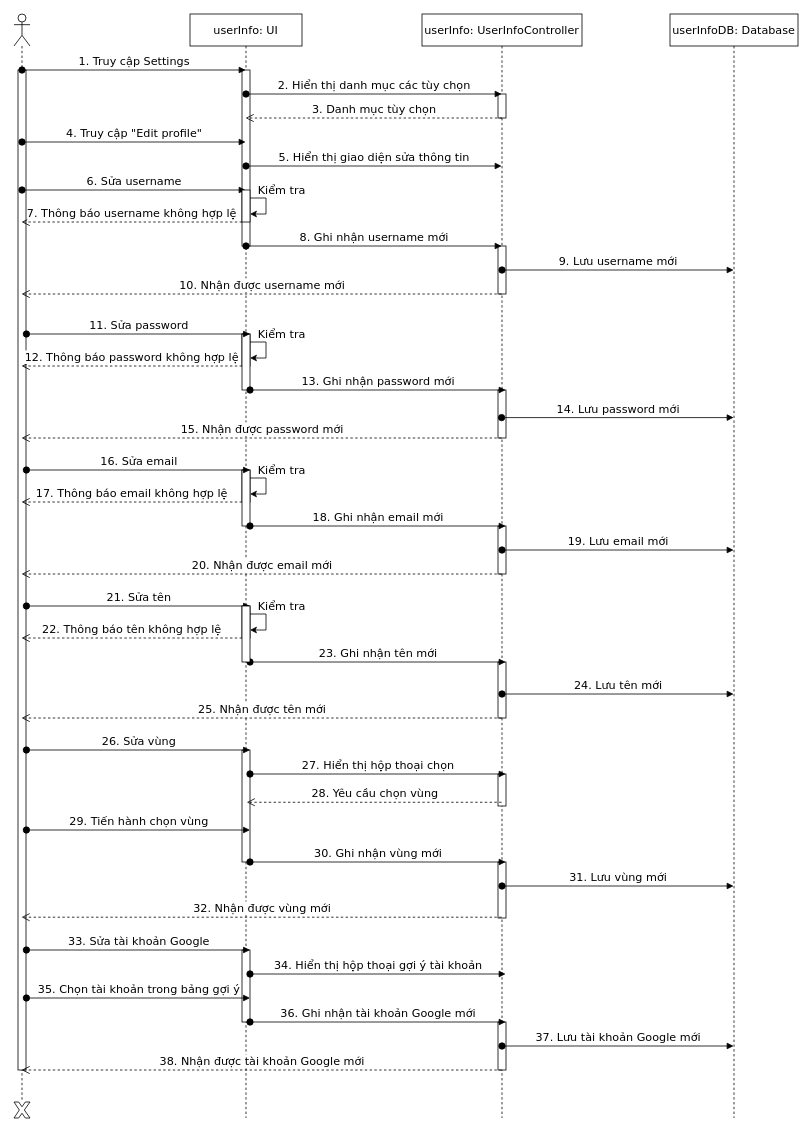
Before: ToDoApp-Doc/Document/Diagram/Sequence Diagram/ManageUserInfo/UserInfoManagement_SequenceDiagram.drawio in Merevoli-DatLuu/To-Do-App, a draw.io diagram. Source tidied: cells renumbered, new cells numbered last; positions are measured from the earlier drawing's top-left corner, leaving out a move shared by most shapes. Both pictures are drawn from the tidied source at 80%, with x=0, y=0 at pixel (14, 14).
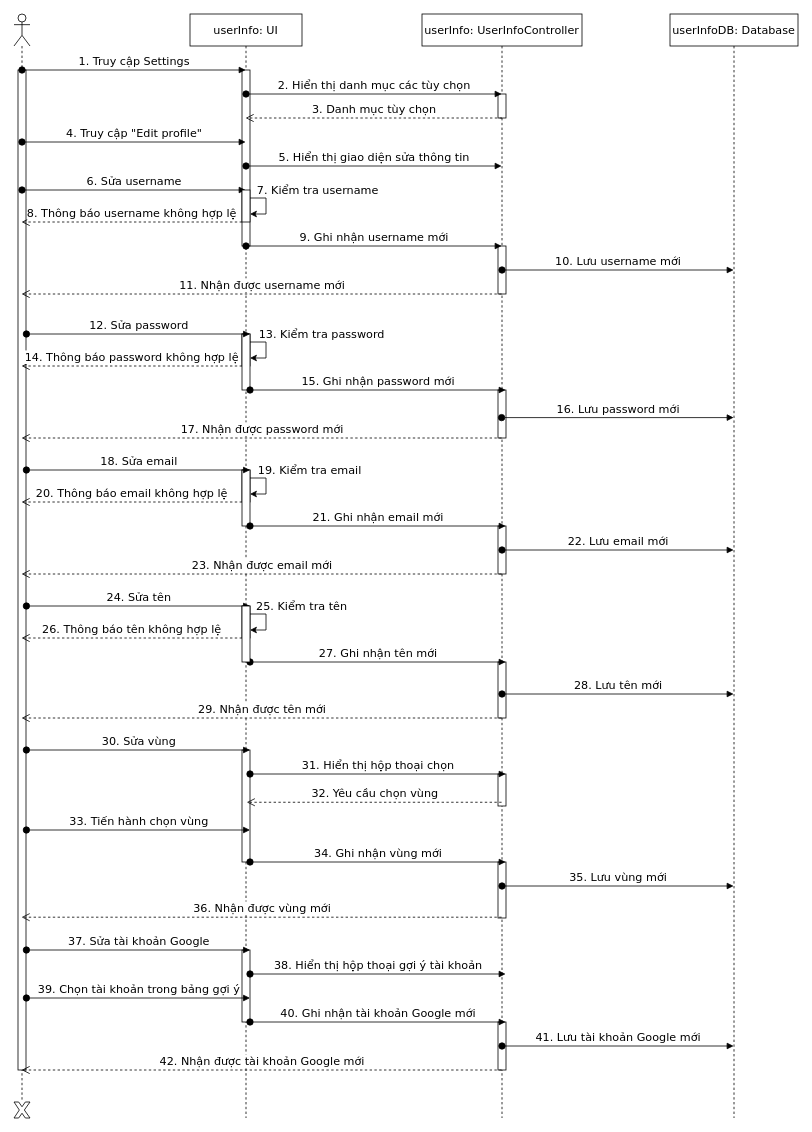
The same page after the edit.

Commit message (it also covers changes not shown here):
[Modified]: ManageUserInfo Sequence diagram

Unchanged cells that the change refers to:
```xml
<mxCell id="2" style="shape=umlLifeline;participant=umlActor;perimeter=lifelinePerimeter;whiteSpace=wrap;html=1;verticalAlign=top;spacingTop=36;outlineConnect=0;fontFamily=Verdana;fontSize=14;" parent="1" vertex="1">
  <mxGeometry width="20" height="1360" as="geometry" />
</mxCell>
<mxCell id="4" value="userInfo: UI" style="shape=umlLifeline;perimeter=lifelinePerimeter;whiteSpace=wrap;html=1;outlineConnect=0;fontFamily=Verdana;fontSize=14;" parent="1" vertex="1">
  <mxGeometry x="220" width="140" height="1380" as="geometry" />
</mxCell>
<mxCell id="16" value="userInfo: UserInfoController" style="shape=umlLifeline;perimeter=lifelinePerimeter;whiteSpace=wrap;html=1;outlineConnect=0;fontFamily=Verdana;fontSize=14;" parent="1" vertex="1">
  <mxGeometry x="510" width="200" height="1380" as="geometry" />
</mxCell>
<mxCell id="25" value="userInfoDB: Database" style="shape=umlLifeline;perimeter=lifelinePerimeter;whiteSpace=wrap;html=1;outlineConnect=0;fontFamily=Verdana;fontSize=14;" parent="1" vertex="1">
  <mxGeometry x="820" width="160" height="1380" as="geometry" />
</mxCell>
```

Change to the diagram source:
```diff
@@
-    <mxCell id="34" value="Kiểm tra" style="text;html=1;strokeColor=none;fillColor=none;align=center;verticalAlign=middle;whiteSpace=wrap;rounded=0;fontFamily=Verdana;fontSize=14;" parent="1" vertex="1">
-      <mxGeometry x="300" y="210" width="70" height="20" as="geometry" />
+    <mxCell id="34" value="7. Kiểm tra username" style="text;html=1;strokeColor=none;fillColor=none;align=center;verticalAlign=middle;whiteSpace=wrap;rounded=0;fontFamily=Verdana;fontSize=14;" parent="1" vertex="1">
+      <mxGeometry x="300" y="210" width="160" height="20" as="geometry" />
     </mxCell>
-    <mxCell id="35" value="7. Thông báo username không hợp lệ" style="html=1;verticalAlign=bottom;endArrow=open;dashed=1;endSize=8;fontFamily=Verdana;fontSize=14;" parent="1" edge="1" target="2">
+    <mxCell id="35" value="8. Thông báo username không hợp lệ" style="html=1;verticalAlign=bottom;endArrow=open;dashed=1;endSize=8;fontFamily=Verdana;fontSize=14;" parent="1" edge="1" target="2">
       <mxGeometry relative="1" as="geometry">
         <mxPoint x="285" y="260" as="sourcePoint" />
       </mxGeometry>
     </mxCell>
-    <mxCell id="36" value="8. Ghi nhận username mới" style="html=1;verticalAlign=bottom;startArrow=oval;startFill=1;endArrow=block;startSize=8;fontFamily=Verdana;fontSize=14;" parent="1" edge="1">
+    <mxCell id="36" value="9. Ghi nhận username mới" style="html=1;verticalAlign=bottom;startArrow=oval;startFill=1;endArrow=block;startSize=8;fontFamily=Verdana;fontSize=14;" parent="1" edge="1">
       <mxGeometry relative="1" as="geometry">
         <mxPoint x="290" y="290" as="sourcePoint" />
         <mxPoint x="609.5" y="290" as="targetPoint" />
       </mxGeometry>
     </mxCell>
-    <mxCell id="37" value="9. Lưu username mới" style="html=1;verticalAlign=bottom;startArrow=oval;startFill=1;endArrow=block;startSize=8;fontFamily=Verdana;fontSize=14;" parent="1" edge="1" target="25">
+    <mxCell id="37" value="10. Lưu username mới" style="html=1;verticalAlign=bottom;startArrow=oval;startFill=1;endArrow=block;startSize=8;fontFamily=Verdana;fontSize=14;" parent="1" edge="1" target="25">
       <mxGeometry relative="1" as="geometry">
         <mxPoint x="610" y="320" as="sourcePoint" />
       </mxGeometry>
     </mxCell>
-    <mxCell id="38" value="10. Nhận được username mới" style="html=1;verticalAlign=bottom;endArrow=open;dashed=1;endSize=8;fontFamily=Verdana;fontSize=14;" parent="1" edge="1" source="16">
+    <mxCell id="38" value="11. Nhận được username mới" style="html=1;verticalAlign=bottom;endArrow=open;dashed=1;endSize=8;fontFamily=Verdana;fontSize=14;" parent="1" edge="1" source="16">
       <mxGeometry relative="1" as="geometry">
         <mxPoint x="9.5" y="350" as="targetPoint" />
       </mxGeometry>
     </mxCell>
-    <mxCell id="39" value="11. Sửa password" style="html=1;verticalAlign=bottom;startArrow=oval;startFill=1;endArrow=block;startSize=8;fontFamily=Verdana;fontSize=14;" parent="1" edge="1">
+    <mxCell id="39" value="12. Sửa password" style="html=1;verticalAlign=bottom;startArrow=oval;startFill=1;endArrow=block;startSize=8;fontFamily=Verdana;fontSize=14;" parent="1" edge="1">
       <mxGeometry relative="1" as="geometry">
         <mxPoint x="15.5" y="400" as="sourcePoint" />
         <mxPoint x="295" y="400" as="targetPoint" />
       </mxGeometry>
     </mxCell>
-    <mxCell id="40" value="12. Thông báo password không hợp lệ" style="html=1;verticalAlign=bottom;endArrow=open;dashed=1;endSize=8;fontFamily=Verdana;fontSize=14;" parent="1" edge="1">
+    <mxCell id="40" value="14. Thông báo password không hợp lệ" style="html=1;verticalAlign=bottom;endArrow=open;dashed=1;endSize=8;fontFamily=Verdana;fontSize=14;" parent="1" edge="1">
       <mxGeometry relative="1" as="geometry">
         <mxPoint x="285" y="440" as="sourcePoint" />
         <mxPoint x="9.5" y="440" as="targetPoint" />
       </mxGeometry>
     </mxCell>
-    <mxCell id="41" value="Kiểm tra" style="text;html=1;strokeColor=none;fillColor=none;align=center;verticalAlign=middle;whiteSpace=wrap;rounded=0;fontFamily=Verdana;fontSize=14;" parent="1" vertex="1">
-      <mxGeometry x="300" y="390" width="70" height="20" as="geometry" />
+    <mxCell id="41" value="13. Kiểm tra password" style="text;html=1;strokeColor=none;fillColor=none;align=center;verticalAlign=middle;whiteSpace=wrap;rounded=0;fontFamily=Verdana;fontSize=14;" parent="1" vertex="1">
+      <mxGeometry x="300" y="390" width="170" height="20" as="geometry" />
     </mxCell>
-    <mxCell id="42" value="13. Ghi nhận password mới" style="html=1;verticalAlign=bottom;startArrow=oval;startFill=1;endArrow=block;startSize=8;fontFamily=Verdana;fontSize=14;" parent="1" edge="1">
+    <mxCell id="42" value="15. Ghi nhận password mới" style="html=1;verticalAlign=bottom;startArrow=oval;startFill=1;endArrow=block;startSize=8;fontFamily=Verdana;fontSize=14;" parent="1" edge="1">
       <mxGeometry relative="1" as="geometry">
         <mxPoint x="295" y="470" as="sourcePoint" />
         <mxPoint x="614.5" y="470" as="targetPoint" />
       </mxGeometry>
     </mxCell>
-    <mxCell id="43" value="14. Lưu password mới" style="html=1;verticalAlign=bottom;startArrow=oval;startFill=1;endArrow=block;startSize=8;fontFamily=Verdana;fontSize=14;" parent="1" edge="1" source="16">
+    <mxCell id="43" value="16. Lưu password mới" style="html=1;verticalAlign=bottom;startArrow=oval;startFill=1;endArrow=block;startSize=8;fontFamily=Verdana;fontSize=14;" parent="1" edge="1" source="16">
       <mxGeometry relative="1" as="geometry">
         <mxPoint x="899.5" y="504.5" as="targetPoint" />
       </mxGeometry>
     </mxCell>
-    <mxCell id="44" value="15. Nhận được&amp;nbsp;password mới" style="html=1;verticalAlign=bottom;endArrow=open;dashed=1;endSize=8;fontFamily=Verdana;fontSize=14;" parent="1" edge="1" source="16">
+    <mxCell id="44" value="17. Nhận được&amp;nbsp;password mới" style="html=1;verticalAlign=bottom;endArrow=open;dashed=1;endSize=8;fontFamily=Verdana;fontSize=14;" parent="1" edge="1" source="16">
       <mxGeometry relative="1" as="geometry">
         <mxPoint x="9.5" y="530" as="targetPoint" />
       </mxGeometry>
     </mxCell>
-    <mxCell id="45" value="16. Sửa email" style="html=1;verticalAlign=bottom;startArrow=oval;startFill=1;endArrow=block;startSize=8;fontFamily=Verdana;fontSize=14;" parent="1" edge="1">
+    <mxCell id="45" value="18. Sửa email" style="html=1;verticalAlign=bottom;startArrow=oval;startFill=1;endArrow=block;startSize=8;fontFamily=Verdana;fontSize=14;" parent="1" edge="1">
       <mxGeometry relative="1" as="geometry">
         <mxPoint x="15.5" y="570" as="sourcePoint" />
         <mxPoint x="295" y="570" as="targetPoint" />
       </mxGeometry>
     </mxCell>
-    <mxCell id="46" value="17. Thông báo email không hợp lệ" style="html=1;verticalAlign=bottom;endArrow=open;dashed=1;endSize=8;fontFamily=Verdana;fontSize=14;" parent="1" edge="1">
+    <mxCell id="46" value="20. Thông báo email không hợp lệ" style="html=1;verticalAlign=bottom;endArrow=open;dashed=1;endSize=8;fontFamily=Verdana;fontSize=14;" parent="1" edge="1">
       <mxGeometry relative="1" as="geometry">
         <mxPoint x="285" y="610" as="sourcePoint" />
         <mxPoint x="9.5" y="610" as="targetPoint" />
       </mxGeometry>
     </mxCell>
-    <mxCell id="47" value="Kiểm tra" style="text;html=1;strokeColor=none;fillColor=none;align=center;verticalAlign=middle;whiteSpace=wrap;rounded=0;fontFamily=Verdana;fontSize=14;" parent="1" vertex="1">
-      <mxGeometry x="300" y="560" width="70" height="20" as="geometry" />
+    <mxCell id="47" value="19. Kiểm tra email" style="text;html=1;strokeColor=none;fillColor=none;align=center;verticalAlign=middle;whiteSpace=wrap;rounded=0;fontFamily=Verdana;fontSize=14;" parent="1" vertex="1">
+      <mxGeometry x="300" y="560" width="140" height="20" as="geometry" />
     </mxCell>
-    <mxCell id="48" value="18. Ghi nhận email mới" style="html=1;verticalAlign=bottom;startArrow=oval;startFill=1;endArrow=block;startSize=8;fontFamily=Verdana;fontSize=14;" parent="1" edge="1">
+    <mxCell id="48" value="21. Ghi nhận email mới" style="html=1;verticalAlign=bottom;startArrow=oval;startFill=1;endArrow=block;startSize=8;fontFamily=Verdana;fontSize=14;" parent="1" edge="1">
       <mxGeometry relative="1" as="geometry">
         <mxPoint x="295" y="640" as="sourcePoint" />
         <mxPoint x="614.5" y="640" as="targetPoint" />
       </mxGeometry>
     </mxCell>
-    <mxCell id="49" value="19. Lưu email mới" style="html=1;verticalAlign=bottom;startArrow=oval;startFill=1;endArrow=block;startSize=8;fontFamily=Verdana;fontSize=14;" parent="1" edge="1">
+    <mxCell id="49" value="22. Lưu email mới" style="html=1;verticalAlign=bottom;startArrow=oval;startFill=1;endArrow=block;startSize=8;fontFamily=Verdana;fontSize=14;" parent="1" edge="1">
       <mxGeometry relative="1" as="geometry">
         <mxPoint x="610" y="670" as="sourcePoint" />
         <mxPoint x="899.5" y="670" as="targetPoint" />
       </mxGeometry>
     </mxCell>
-    <mxCell id="50" value="20. Nhận được&amp;nbsp;email mới" style="html=1;verticalAlign=bottom;endArrow=open;dashed=1;endSize=8;fontFamily=Verdana;fontSize=14;" parent="1" edge="1" source="16">
+    <mxCell id="50" value="23. Nhận được&amp;nbsp;email mới" style="html=1;verticalAlign=bottom;endArrow=open;dashed=1;endSize=8;fontFamily=Verdana;fontSize=14;" parent="1" edge="1" source="16">
       <mxGeometry relative="1" as="geometry">
         <mxPoint x="9.5" y="700" as="targetPoint" />
       </mxGeometry>
     </mxCell>
-    <mxCell id="51" value="21. Sửa tên" style="html=1;verticalAlign=bottom;startArrow=oval;startFill=1;endArrow=block;startSize=8;fontFamily=Verdana;fontSize=14;" parent="1" edge="1">
+    <mxCell id="51" value="24. Sửa tên" style="html=1;verticalAlign=bottom;startArrow=oval;startFill=1;endArrow=block;startSize=8;fontFamily=Verdana;fontSize=14;" parent="1" edge="1">
       <mxGeometry relative="1" as="geometry">
         <mxPoint x="15.5" y="740" as="sourcePoint" />
         <mxPoint x="295" y="740" as="targetPoint" />
       </mxGeometry>
     </mxCell>
-    <mxCell id="52" value="22. Thông báo tên không hợp lệ" style="html=1;verticalAlign=bottom;endArrow=open;dashed=1;endSize=8;fontFamily=Verdana;fontSize=14;" parent="1" edge="1">
+    <mxCell id="52" value="26. Thông báo tên không hợp lệ" style="html=1;verticalAlign=bottom;endArrow=open;dashed=1;endSize=8;fontFamily=Verdana;fontSize=14;" parent="1" edge="1">
       <mxGeometry relative="1" as="geometry">
         <mxPoint x="285" y="780" as="sourcePoint" />
         <mxPoint x="9.5" y="780" as="targetPoint" />
       </mxGeometry>
     </mxCell>
-    <mxCell id="53" value="23. Ghi nhận tên mới" style="html=1;verticalAlign=bottom;startArrow=oval;startFill=1;endArrow=block;startSize=8;fontFamily=Verdana;fontSize=14;" parent="1" edge="1">
+    <mxCell id="53" value="27. Ghi nhận tên mới" style="html=1;verticalAlign=bottom;startArrow=oval;startFill=1;endArrow=block;startSize=8;fontFamily=Verdana;fontSize=14;" parent="1" edge="1">
       <mxGeometry relative="1" as="geometry">
         <mxPoint x="295" y="810" as="sourcePoint" />
         <mxPoint x="614.5" y="810" as="targetPoint" />
       </mxGeometry>
     </mxCell>
-    <mxCell id="54" value="24. Lưu tên mới" style="html=1;verticalAlign=bottom;startArrow=oval;startFill=1;endArrow=block;startSize=8;fontFamily=Verdana;fontSize=14;" parent="1" edge="1">
+    <mxCell id="54" value="28. Lưu tên mới" style="html=1;verticalAlign=bottom;startArrow=oval;startFill=1;endArrow=block;startSize=8;fontFamily=Verdana;fontSize=14;" parent="1" edge="1">
       <mxGeometry relative="1" as="geometry">
         <mxPoint x="610" y="850" as="sourcePoint" />
         <mxPoint x="899.5" y="850" as="targetPoint" />
       </mxGeometry>
     </mxCell>
-    <mxCell id="55" value="25. Nhận được&amp;nbsp;tên mới" style="html=1;verticalAlign=bottom;endArrow=open;dashed=1;endSize=8;fontFamily=Verdana;fontSize=14;" parent="1" edge="1" source="16">
+    <mxCell id="55" value="29. Nhận được&amp;nbsp;tên mới" style="html=1;verticalAlign=bottom;endArrow=open;dashed=1;endSize=8;fontFamily=Verdana;fontSize=14;" parent="1" edge="1" source="16">
       <mxGeometry relative="1" as="geometry">
         <mxPoint x="9.5" y="880" as="targetPoint" />
       </mxGeometry>
     </mxCell>
-    <mxCell id="56" value="Kiểm tra" style="text;html=1;strokeColor=none;fillColor=none;align=center;verticalAlign=middle;whiteSpace=wrap;rounded=0;fontFamily=Verdana;fontSize=14;" parent="1" vertex="1">
-      <mxGeometry x="300" y="730" width="70" height="20" as="geometry" />
+    <mxCell id="56" value="25. Kiểm tra tên" style="text;html=1;strokeColor=none;fillColor=none;align=center;verticalAlign=middle;whiteSpace=wrap;rounded=0;fontFamily=Verdana;fontSize=14;" parent="1" vertex="1">
+      <mxGeometry x="300" y="730" width="120" height="20" as="geometry" />
     </mxCell>
@@
-    <mxCell id="58" value="26. Sửa vùng" style="html=1;verticalAlign=bottom;startArrow=oval;startFill=1;endArrow=block;startSize=8;fontFamily=Verdana;fontSize=14;" parent="1" edge="1">
+    <mxCell id="58" value="30. Sửa vùng" style="html=1;verticalAlign=bottom;startArrow=oval;startFill=1;endArrow=block;startSize=8;fontFamily=Verdana;fontSize=14;" parent="1" edge="1">
       <mxGeometry relative="1" as="geometry">
         <mxPoint x="15.5" y="920" as="sourcePoint" />
         <mxPoint x="295" y="920" as="targetPoint" />
       </mxGeometry>
     </mxCell>
-    <mxCell id="59" value="27. Hiển thị hộp thoại chọn" style="html=1;verticalAlign=bottom;startArrow=oval;startFill=1;endArrow=block;startSize=8;fontFamily=Verdana;fontSize=14;" parent="1" edge="1">
+    <mxCell id="59" value="31. Hiển thị hộp thoại chọn" style="html=1;verticalAlign=bottom;startArrow=oval;startFill=1;endArrow=block;startSize=8;fontFamily=Verdana;fontSize=14;" parent="1" edge="1">
       <mxGeometry relative="1" as="geometry">
         <mxPoint x="295" y="950" as="sourcePoint" />
         <mxPoint x="614.5" y="950" as="targetPoint" />
       </mxGeometry>
     </mxCell>
-    <mxCell id="60" value="28. Yêu cầu chọn vùng" style="html=1;verticalAlign=bottom;endArrow=open;dashed=1;endSize=8;fontFamily=Verdana;fontSize=14;entryX=0.507;entryY=0.714;entryDx=0;entryDy=0;entryPerimeter=0;" parent="1" edge="1" source="16" target="4">
+    <mxCell id="60" value="32. Yêu cầu chọn vùng" style="html=1;verticalAlign=bottom;endArrow=open;dashed=1;endSize=8;fontFamily=Verdana;fontSize=14;entryX=0.507;entryY=0.714;entryDx=0;entryDy=0;entryPerimeter=0;" parent="1" edge="1" source="16" target="4">
       <mxGeometry relative="1" as="geometry" />
     </mxCell>
-    <mxCell id="61" value="29. Tiến hành chọn vùng" style="html=1;verticalAlign=bottom;startArrow=oval;startFill=1;endArrow=block;startSize=8;fontFamily=Verdana;fontSize=14;" parent="1" edge="1">
+    <mxCell id="61" value="33. Tiến hành chọn vùng" style="html=1;verticalAlign=bottom;startArrow=oval;startFill=1;endArrow=block;startSize=8;fontFamily=Verdana;fontSize=14;" parent="1" edge="1">
       <mxGeometry relative="1" as="geometry">
         <mxPoint x="15.5" y="1020" as="sourcePoint" />
         <mxPoint x="295" y="1020" as="targetPoint" />
       </mxGeometry>
     </mxCell>
-    <mxCell id="62" value="30. Ghi nhận vùng mới" style="html=1;verticalAlign=bottom;startArrow=oval;startFill=1;endArrow=block;startSize=8;fontFamily=Verdana;fontSize=14;" parent="1" edge="1">
+    <mxCell id="62" value="34. Ghi nhận vùng mới" style="html=1;verticalAlign=bottom;startArrow=oval;startFill=1;endArrow=block;startSize=8;fontFamily=Verdana;fontSize=14;" parent="1" edge="1">
       <mxGeometry relative="1" as="geometry">
         <mxPoint x="295" y="1060" as="sourcePoint" />
         <mxPoint x="614.5" y="1060" as="targetPoint" />
       </mxGeometry>
     </mxCell>
-    <mxCell id="63" value="31. Lưu vùng mới" style="html=1;verticalAlign=bottom;startArrow=oval;startFill=1;endArrow=block;startSize=8;fontFamily=Verdana;fontSize=14;" parent="1" edge="1">
+    <mxCell id="63" value="35. Lưu vùng mới" style="html=1;verticalAlign=bottom;startArrow=oval;startFill=1;endArrow=block;startSize=8;fontFamily=Verdana;fontSize=14;" parent="1" edge="1">
       <mxGeometry relative="1" as="geometry">
         <mxPoint x="610" y="1090" as="sourcePoint" />
         <mxPoint x="899.5" y="1090" as="targetPoint" />
       </mxGeometry>
     </mxCell>
-    <mxCell id="64" value="32. Nhận được&amp;nbsp;vùng mới" style="html=1;verticalAlign=bottom;endArrow=open;dashed=1;endSize=8;fontFamily=Verdana;fontSize=14;" parent="1" edge="1" source="16">
+    <mxCell id="64" value="36. Nhận được&amp;nbsp;vùng mới" style="html=1;verticalAlign=bottom;endArrow=open;dashed=1;endSize=8;fontFamily=Verdana;fontSize=14;" parent="1" edge="1" source="16">
       <mxGeometry relative="1" as="geometry">
         <mxPoint x="9.5" y="1129" as="targetPoint" />
       </mxGeometry>
     </mxCell>
-    <mxCell id="65" value="33. Sửa tài khoản Google" style="html=1;verticalAlign=bottom;startArrow=oval;startFill=1;endArrow=block;startSize=8;fontFamily=Verdana;fontSize=14;" parent="1" edge="1">
+    <mxCell id="65" value="37. Sửa tài khoản Google" style="html=1;verticalAlign=bottom;startArrow=oval;startFill=1;endArrow=block;startSize=8;fontFamily=Verdana;fontSize=14;" parent="1" edge="1">
       <mxGeometry relative="1" as="geometry">
         <mxPoint x="15.5" y="1170" as="sourcePoint" />
         <mxPoint x="295" y="1170" as="targetPoint" />
       </mxGeometry>
     </mxCell>
-    <mxCell id="66" value="34. Hiển thị hộp thoại gợi ý tài khoản" style="html=1;verticalAlign=bottom;startArrow=oval;startFill=1;endArrow=block;startSize=8;fontFamily=Verdana;fontSize=14;" parent="1" edge="1">
+    <mxCell id="66" value="38. Hiển thị hộp thoại gợi ý tài khoản" style="html=1;verticalAlign=bottom;startArrow=oval;startFill=1;endArrow=block;startSize=8;fontFamily=Verdana;fontSize=14;" parent="1" edge="1">
       <mxGeometry relative="1" as="geometry">
         <mxPoint x="295" y="1200" as="sourcePoint" />
         <mxPoint x="614.5" y="1200" as="targetPoint" />
       </mxGeometry>
     </mxCell>
-    <mxCell id="67" value="35. Chọn tài khoản trong bảng gợi ý" style="html=1;verticalAlign=bottom;startArrow=oval;startFill=1;endArrow=block;startSize=8;fontFamily=Verdana;fontSize=14;" parent="1" edge="1">
+    <mxCell id="67" value="39. Chọn tài khoản trong bảng gợi ý" style="html=1;verticalAlign=bottom;startArrow=oval;startFill=1;endArrow=block;startSize=8;fontFamily=Verdana;fontSize=14;" parent="1" edge="1">
       <mxGeometry relative="1" as="geometry">
         <mxPoint x="15.5" y="1230" as="sourcePoint" />
         <mxPoint x="295" y="1230" as="targetPoint" />
       </mxGeometry>
     </mxCell>
-    <mxCell id="68" value="36. Ghi nhận tài khoản Google mới" style="html=1;verticalAlign=bottom;startArrow=oval;startFill=1;endArrow=block;startSize=8;fontFamily=Verdana;fontSize=14;" parent="1" edge="1">
+    <mxCell id="68" value="40. Ghi nhận tài khoản Google mới" style="html=1;verticalAlign=bottom;startArrow=oval;startFill=1;endArrow=block;startSize=8;fontFamily=Verdana;fontSize=14;" parent="1" edge="1">
       <mxGeometry relative="1" as="geometry">
         <mxPoint x="295" y="1260" as="sourcePoint" />
         <mxPoint x="614.5" y="1260" as="targetPoint" />
       </mxGeometry>
     </mxCell>
-    <mxCell id="69" value="37. Lưu tài khoản Google mới" style="html=1;verticalAlign=bottom;startArrow=oval;startFill=1;endArrow=block;startSize=8;fontFamily=Verdana;fontSize=14;" parent="1" edge="1">
+    <mxCell id="69" value="41. Lưu tài khoản Google mới" style="html=1;verticalAlign=bottom;startArrow=oval;startFill=1;endArrow=block;startSize=8;fontFamily=Verdana;fontSize=14;" parent="1" edge="1">
       <mxGeometry relative="1" as="geometry">
         <mxPoint x="610" y="1290" as="sourcePoint" />
         <mxPoint x="899.5" y="1290" as="targetPoint" />
       </mxGeometry>
     </mxCell>
-    <mxCell id="70" value="38. Nhận được&amp;nbsp;tài khoản Google mới" style="html=1;verticalAlign=bottom;endArrow=open;dashed=1;endSize=8;fontFamily=Verdana;fontSize=14;" parent="1" edge="1" source="16">
+    <mxCell id="70" value="42. Nhận được&amp;nbsp;tài khoản Google mới" style="html=1;verticalAlign=bottom;endArrow=open;dashed=1;endSize=8;fontFamily=Verdana;fontSize=14;" parent="1" edge="1" source="16">
       <mxGeometry relative="1" as="geometry">
         <mxPoint x="9.5" y="1320" as="targetPoint" />
       </mxGeometry>
     </mxCell>
```
